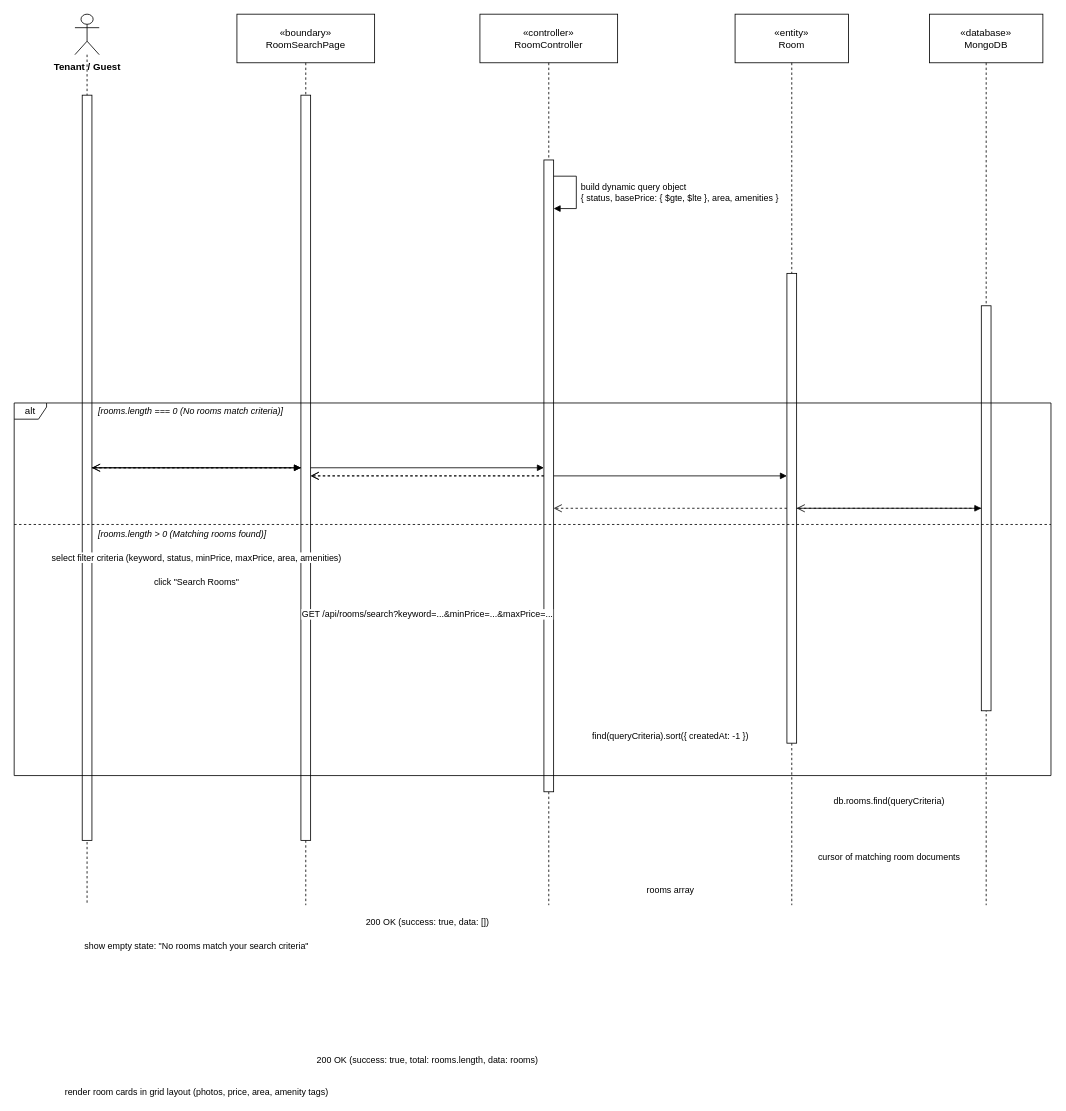
Earlier version of the draw.io diagram docs/diagrams/UC-M02_Search_Room_SequenceDiagram.drawio (WanFJava/MotalManagementSystems). Source tidied: cells renumbered, new cells numbered last; positions are measured from the earlier drawing's top-left corner, leaving out a move shared by most shapes. Both pictures are drawn from the tidied source at 81%, with x=0, y=0 at pixel (14, 14).
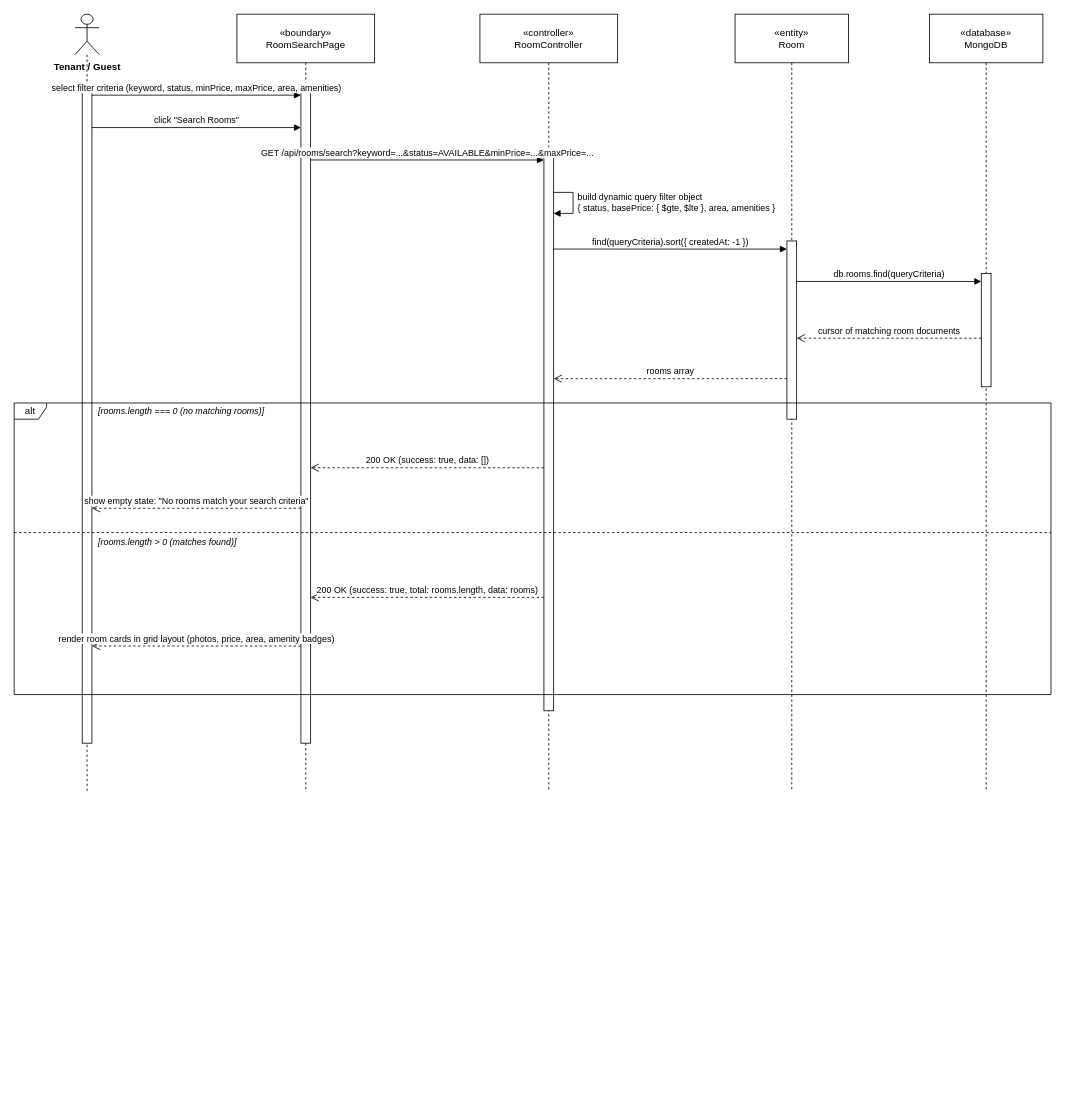
Above is the later version.

Commit message (it also covers changes not shown here):
fix(uml): recalibrate sequence diagram alignments, exact horizontal edge coordinates and proper alt frame ordering

What changed in the source:
```diff
@@
     <mxCell id="2" value="Tenant / Guest" style="shape=umlLifeline;participant=umlActor;perimeter=lifelinePerimeter;whiteSpace=nowrap;html=1;verticalAlign=top;spacingTop=52;size=50;fontStyle=1;" parent="1" vertex="1">
-      <mxGeometry x="75" width="30" height="1100" as="geometry" />
+      <mxGeometry x="75" width="30" height="960" as="geometry" />
     </mxCell>
     <mxCell id="3" value="«boundary»&lt;br&gt;RoomSearchPage" style="shape=umlLifeline;perimeter=lifelinePerimeter;whiteSpace=wrap;html=1;size=60;" parent="1" vertex="1">
-      <mxGeometry x="275" width="170" height="1100" as="geometry" />
+      <mxGeometry x="275" width="170" height="960" as="geometry" />
     </mxCell>
     <mxCell id="4" value="«controller»&lt;br&gt;RoomController" style="shape=umlLifeline;perimeter=lifelinePerimeter;whiteSpace=wrap;html=1;size=60;" parent="1" vertex="1">
-      <mxGeometry x="575" width="170" height="1100" as="geometry" />
+      <mxGeometry x="575" width="170" height="960" as="geometry" />
     </mxCell>
     <mxCell id="5" value="«entity»&lt;br&gt;Room" style="shape=umlLifeline;perimeter=lifelinePerimeter;whiteSpace=wrap;html=1;size=60;" parent="1" vertex="1">
-      <mxGeometry x="890" width="140" height="1100" as="geometry" />
+      <mxGeometry x="890" width="140" height="960" as="geometry" />
     </mxCell>
     <mxCell id="6" value="«database»&lt;br&gt;MongoDB" style="shape=umlLifeline;perimeter=lifelinePerimeter;whiteSpace=wrap;html=1;size=60;" parent="1" vertex="1">
-      <mxGeometry x="1130" width="140" height="1100" as="geometry" />
+      <mxGeometry x="1130" width="140" height="960" as="geometry" />
     </mxCell>
     <mxCell id="7" style="html=1;points=[];perimeter=orthogonalPerimeter;outlineConnect=0;targetShapes=umlLifeline;portConstraint=eastwest;" parent="2" vertex="1">
-      <mxGeometry x="9" y="100" width="12" height="920" as="geometry" />
+      <mxGeometry x="9" y="90" width="12" height="810" as="geometry" />
     </mxCell>
     <mxCell id="8" style="html=1;points=[];perimeter=orthogonalPerimeter;outlineConnect=0;targetShapes=umlLifeline;portConstraint=eastwest;" parent="3" vertex="1">
-      <mxGeometry x="79" y="100" width="12" height="920" as="geometry" />
+      <mxGeometry x="79" y="90" width="12" height="810" as="geometry" />
     </mxCell>
     <mxCell id="9" style="html=1;points=[];perimeter=orthogonalPerimeter;outlineConnect=0;targetShapes=umlLifeline;portConstraint=eastwest;" parent="4" vertex="1">
-      <mxGeometry x="79" y="180" width="12" height="780" as="geometry" />
+      <mxGeometry x="79" y="170" width="12" height="690" as="geometry" />
     </mxCell>
     <mxCell id="10" style="html=1;points=[];perimeter=orthogonalPerimeter;outlineConnect=0;targetShapes=umlLifeline;portConstraint=eastwest;" parent="5" vertex="1">
-      <mxGeometry x="64" y="320" width="12" height="580" as="geometry" />
+      <mxGeometry x="64" y="280" width="12" height="220" as="geometry" />
     </mxCell>
     <mxCell id="11" style="html=1;points=[];perimeter=orthogonalPerimeter;outlineConnect=0;targetShapes=umlLifeline;portConstraint=eastwest;" parent="6" vertex="1">
-      <mxGeometry x="64" y="360" width="12" height="500" as="geometry" />
+      <mxGeometry x="64" y="320" width="12" height="140" as="geometry" />
     </mxCell>
+    <mxCell id="20" value="alt" style="shape=umlFrame;whiteSpace=wrap;html=1;width=40;height=20;" parent="1" vertex="1">
+      <mxGeometry y="480" width="1280" height="360" as="geometry" />
+    </mxCell>
+    <mxCell id="28" style="endArrow=none;dashed=1;html=1;rounded=0;" parent="1" edge="1">
+      <mxGeometry relative="1" as="geometry">
+        <mxPoint y="640" as="sourcePoint" />
+        <mxPoint x="1280" y="640" as="targetPoint" />
+      </mxGeometry>
+    </mxCell>
+    <mxCell id="29" value="[rooms.length === 0 (no matching rooms)]" style="text;html=1;align=left;verticalAlign=middle;whiteSpace=nowrap;fontSize=11;fontStyle=2;labelBackgroundColor=#ffffff;" parent="1" vertex="1">
+      <mxGeometry x="102" y="480" width="320" height="20" as="geometry" />
+    </mxCell>
+    <mxCell id="30" value="[rooms.length &gt; 0 (matches found)]" style="text;html=1;align=left;verticalAlign=middle;whiteSpace=nowrap;fontSize=11;fontStyle=2;labelBackgroundColor=#ffffff;" parent="1" vertex="1">
+      <mxGeometry x="102" y="642" width="280" height="20" as="geometry" />
+    </mxCell>
-    <mxCell id="12" value="select filter criteria (keyword, status, minPrice, maxPrice, area, amenities)" style="html=1;verticalAlign=bottom;rounded=0;fontSize=11;endArrow=block;endFill=1;" parent="1" edge="1" source="7" target="8">
-      <mxGeometry relative="1" as="geometry">
-        <mxPoint y="120" as="offset" />
-      </mxGeometry>
+    <mxCell id="12" value="select filter criteria (keyword, status, minPrice, maxPrice, area, amenities)" style="html=1;verticalAlign=bottom;rounded=0;fontSize=11;endArrow=block;endFill=1;exitX=1;exitY=0.0123;exitDx=0;exitDy=0;exitPerimeter=0;entryX=0;entryY=0.0123;entryDx=0;entryDy=0;entryPerimeter=0;" parent="1" edge="1" source="7" target="8">
+      <mxGeometry relative="1" as="geometry" />
     </mxCell>
-    <mxCell id="13" value="click &quot;Search Rooms&quot;" style="html=1;verticalAlign=bottom;rounded=0;fontSize=11;endArrow=block;endFill=1;" parent="1" edge="1" source="7" target="8">
-      <mxGeometry relative="1" as="geometry">
-        <mxPoint y="150" as="offset" />
-      </mxGeometry>
+    <mxCell id="13" value="click &quot;Search Rooms&quot;" style="html=1;verticalAlign=bottom;rounded=0;fontSize=11;endArrow=block;endFill=1;exitX=1;exitY=0.0617;exitDx=0;exitDy=0;exitPerimeter=0;entryX=0;entryY=0.0617;entryDx=0;entryDy=0;entryPerimeter=0;" parent="1" edge="1" source="7" target="8">
+      <mxGeometry relative="1" as="geometry" />
     </mxCell>
-    <mxCell id="14" value="GET /api/rooms/search?keyword=...&amp;minPrice=...&amp;maxPrice=..." style="html=1;verticalAlign=bottom;rounded=0;fontSize=11;endArrow=block;endFill=1;" parent="1" edge="1" source="8" target="9">
-      <mxGeometry relative="1" as="geometry">
-        <mxPoint y="190" as="offset" />
-      </mxGeometry>
+    <mxCell id="14" value="GET /api/rooms/search?keyword=...&amp;status=AVAILABLE&amp;minPrice=...&amp;maxPrice=..." style="html=1;verticalAlign=bottom;rounded=0;fontSize=11;endArrow=block;endFill=1;exitX=1;exitY=0.1111;exitDx=0;exitDy=0;exitPerimeter=0;entryX=0;entryY=0.0145;entryDx=0;entryDy=0;entryPerimeter=0;" parent="1" edge="1" source="8" target="9">
+      <mxGeometry relative="1" as="geometry" />
     </mxCell>
-    <mxCell id="15" value="build dynamic query object&#10;{ status, basePrice: { $gte, $lte }, area, amenities }" style="html=1;align=left;spacingLeft=4;verticalAlign=middle;endArrow=block;endFill=1;rounded=0;fontSize=11;" parent="1" edge="1" source="9" target="9">
+    <mxCell id="15" value="build dynamic query filter object&#10;{ status, basePrice: { $gte, $lte }, area, amenities }" style="html=1;align=left;spacingLeft=4;verticalAlign=middle;endArrow=block;endFill=1;rounded=0;fontSize=11;exitX=1;exitY=0.0725;exitDx=0;exitDy=0;exitPerimeter=0;entryX=1;entryY=0.1101;entryDx=0;entryDy=0;entryPerimeter=0;" parent="1" edge="1" source="9" target="9">
       <mxGeometry relative="1" as="geometry">
         <Array as="points">
-          <mxPoint x="694" y="200" />
-          <mxPoint x="694" y="240" />
+          <mxPoint x="690" y="220" />
+          <mxPoint x="690" y="246" />
         </Array>
       </mxGeometry>
     </mxCell>
-    <mxCell id="16" value="find(queryCriteria).sort({ createdAt: -1 })" style="html=1;verticalAlign=bottom;rounded=0;fontSize=11;endArrow=block;endFill=1;" parent="1" edge="1" source="9" target="10">
-      <mxGeometry relative="1" as="geometry">
-        <mxPoint y="330" as="offset" />
-      </mxGeometry>
+    <mxCell id="16" value="find(queryCriteria).sort({ createdAt: -1 })" style="html=1;verticalAlign=bottom;rounded=0;fontSize=11;endArrow=block;endFill=1;exitX=1;exitY=0.1739;exitDx=0;exitDy=0;exitPerimeter=0;entryX=0;entryY=0.0455;entryDx=0;entryDy=0;entryPerimeter=0;" parent="1" edge="1" source="9" target="10">
+      <mxGeometry relative="1" as="geometry" />
     </mxCell>
-    <mxCell id="17" value="db.rooms.find(queryCriteria)" style="html=1;verticalAlign=bottom;rounded=0;fontSize=11;endArrow=block;endFill=1;" parent="1" edge="1" source="10" target="11">
-      <mxGeometry relative="1" as="geometry">
-        <mxPoint y="370" as="offset" />
-      </mxGeometry>
+    <mxCell id="17" value="db.rooms.find(queryCriteria)" style="html=1;verticalAlign=bottom;rounded=0;fontSize=11;endArrow=block;endFill=1;exitX=1;exitY=0.2273;exitDx=0;exitDy=0;exitPerimeter=0;entryX=0;entryY=0.0714;entryDx=0;entryDy=0;entryPerimeter=0;" parent="1" edge="1" source="10" target="11">
+      <mxGeometry relative="1" as="geometry" />
     </mxCell>
-    <mxCell id="18" value="cursor of matching room documents" style="html=1;verticalAlign=bottom;rounded=0;fontSize=11;dashed=1;endArrow=open;endSize=8;" parent="1" edge="1" source="11" target="10">
-      <mxGeometry relative="1" as="geometry">
-        <mxPoint y="440" as="offset" />
-      </mxGeometry>
+    <mxCell id="18" value="cursor of matching room documents" style="html=1;verticalAlign=bottom;rounded=0;fontSize=11;dashed=1;endArrow=open;endSize=8;exitX=0;exitY=0.5714;exitDx=0;exitDy=0;exitPerimeter=0;entryX=1;entryY=0.5455;entryDx=0;entryDy=0;entryPerimeter=0;" parent="1" edge="1" source="11" target="10">
+      <mxGeometry relative="1" as="geometry" />
     </mxCell>
-    <mxCell id="19" value="rooms array" style="html=1;verticalAlign=bottom;rounded=0;fontSize=11;dashed=1;endArrow=open;endSize=8;" parent="1" edge="1" source="10" target="9">
-      <mxGeometry relative="1" as="geometry">
-        <mxPoint y="480" as="offset" />
-      </mxGeometry>
+    <mxCell id="19" value="rooms array" style="html=1;verticalAlign=bottom;rounded=0;fontSize=11;dashed=1;endArrow=open;endSize=8;exitX=0;exitY=0.7727;exitDx=0;exitDy=0;exitPerimeter=0;entryX=1;entryY=0.4058;entryDx=0;entryDy=0;entryPerimeter=0;" parent="1" edge="1" source="10" target="9">
+      <mxGeometry relative="1" as="geometry" />
     </mxCell>
-    <mxCell id="20" value="alt" style="shape=umlFrame;whiteSpace=wrap;html=1;width=40;height=20;" parent="1" vertex="1">
-      <mxGeometry y="480" width="1280" height="460" as="geometry" />
-    </mxCell>
-    <mxCell id="21" value="[rooms.length === 0 (No rooms match criteria)]" style="text;html=1;align=left;verticalAlign=middle;whiteSpace=nowrap;fontSize=11;fontStyle=2;labelBackgroundColor=#ffffff;" parent="1" vertex="1">
-      <mxGeometry x="102" y="480" width="350" height="20" as="geometry" />
-    </mxCell>
-    <mxCell id="22" value="200 OK (success: true, data: [])" style="html=1;verticalAlign=bottom;rounded=0;fontSize=11;dashed=1;endArrow=open;endSize=8;" parent="1" edge="1" source="9" target="8">
-      <mxGeometry relative="1" as="geometry">
-        <mxPoint y="560" as="offset" />
-      </mxGeometry>
+    <mxCell id="22" value="200 OK (success: true, data: [])" style="html=1;verticalAlign=bottom;rounded=0;fontSize=11;dashed=1;endArrow=open;endSize=8;exitX=0;exitY=0.5652;exitDx=0;exitDy=0;exitPerimeter=0;entryX=1;entryY=0.5802;entryDx=0;entryDy=0;entryPerimeter=0;" parent="1" edge="1" source="9" target="8">
+      <mxGeometry relative="1" as="geometry" />
     </mxCell>
-    <mxCell id="23" value="show empty state: &quot;No rooms match your search criteria&quot;" style="html=1;verticalAlign=bottom;rounded=0;fontSize=11;dashed=1;endArrow=open;endSize=8;" parent="1" edge="1" source="8" target="7">
-      <mxGeometry relative="1" as="geometry">
-        <mxPoint y="600" as="offset" />
-      </mxGeometry>
+    <mxCell id="23" value="show empty state: &quot;No rooms match your search criteria&quot;" style="html=1;verticalAlign=bottom;rounded=0;fontSize=11;dashed=1;endArrow=open;endSize=8;exitX=0;exitY=0.6420;exitDx=0;exitDy=0;exitPerimeter=0;entryX=1;entryY=0.6420;entryDx=0;entryDy=0;entryPerimeter=0;" parent="1" edge="1" source="8" target="7">
+      <mxGeometry relative="1" as="geometry" />
     </mxCell>
-    <mxCell id="24" style="endArrow=none;dashed=1;html=1;rounded=0;" parent="1" edge="1">
-      <mxGeometry relative="1" as="geometry">
-        <mxPoint y="630" as="sourcePoint" />
-        <mxPoint x="1280" y="630" as="targetPoint" />
-      </mxGeometry>
-    </mxCell>
-    <mxCell id="25" value="[rooms.length &gt; 0 (Matching rooms found)]" style="text;html=1;align=left;verticalAlign=middle;whiteSpace=nowrap;fontSize=11;fontStyle=2;labelBackgroundColor=#ffffff;" parent="1" vertex="1">
-      <mxGeometry x="102" y="632" width="300" height="20" as="geometry" />
-    </mxCell>
-    <mxCell id="26" value="200 OK (success: true, total: rooms.length, data: rooms)" style="html=1;verticalAlign=bottom;rounded=0;fontSize=11;dashed=1;endArrow=open;endSize=8;" parent="1" edge="1" source="9" target="8">
-      <mxGeometry relative="1" as="geometry">
-        <mxPoint y="730" as="offset" />
-      </mxGeometry>
+    <mxCell id="26" value="200 OK (success: true, total: rooms.length, data: rooms)" style="html=1;verticalAlign=bottom;rounded=0;fontSize=11;dashed=1;endArrow=open;endSize=8;exitX=0;exitY=0.7971;exitDx=0;exitDy=0;exitPerimeter=0;entryX=1;entryY=0.7778;entryDx=0;entryDy=0;entryPerimeter=0;" parent="1" edge="1" source="9" target="8">
+      <mxGeometry relative="1" as="geometry" />
     </mxCell>
-    <mxCell id="27" value="render room cards in grid layout (photos, price, area, amenity tags)" style="html=1;verticalAlign=bottom;rounded=0;fontSize=11;dashed=1;endArrow=open;endSize=8;" parent="1" edge="1" source="8" target="7">
-      <mxGeometry relative="1" as="geometry">
-        <mxPoint y="780" as="offset" />
-      </mxGeometry>
+    <mxCell id="27" value="render room cards in grid layout (photos, price, area, amenity badges)" style="html=1;verticalAlign=bottom;rounded=0;fontSize=11;dashed=1;endArrow=open;endSize=8;exitX=0;exitY=0.8519;exitDx=0;exitDy=0;exitPerimeter=0;entryX=1;entryY=0.8519;entryDx=0;entryDy=0;entryPerimeter=0;" parent="1" edge="1" source="8" target="7">
+      <mxGeometry relative="1" as="geometry" />
     </mxCell>
```
